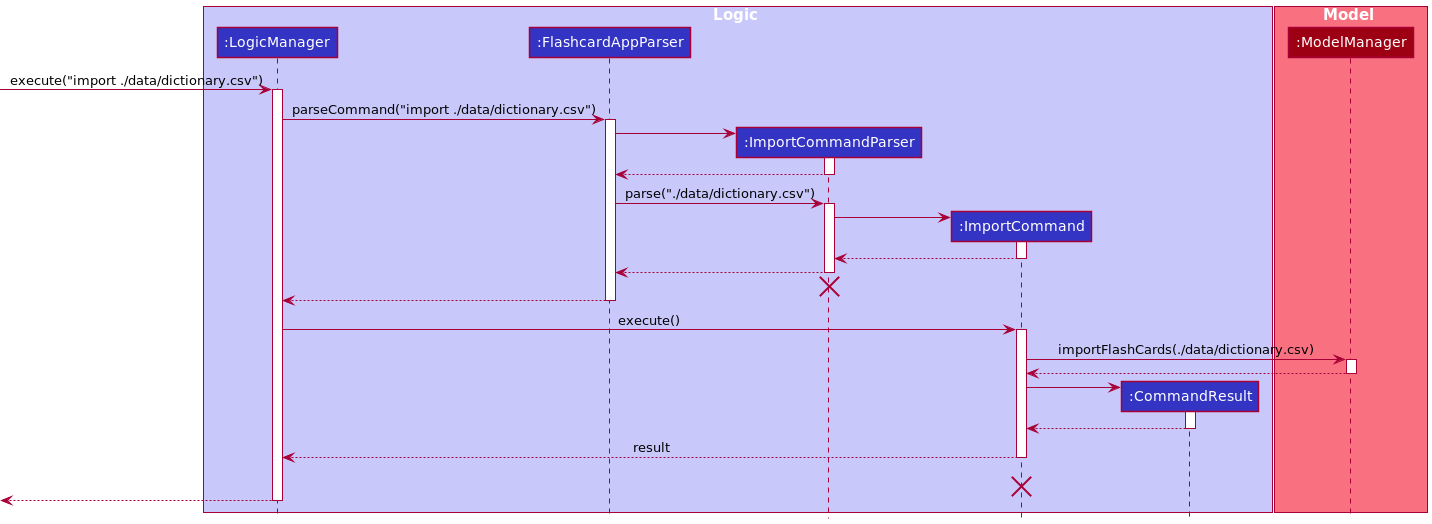
Above: docs/images/ImportSequenceDiagram.png in sharmainec/tp (PlantUML), before the change.
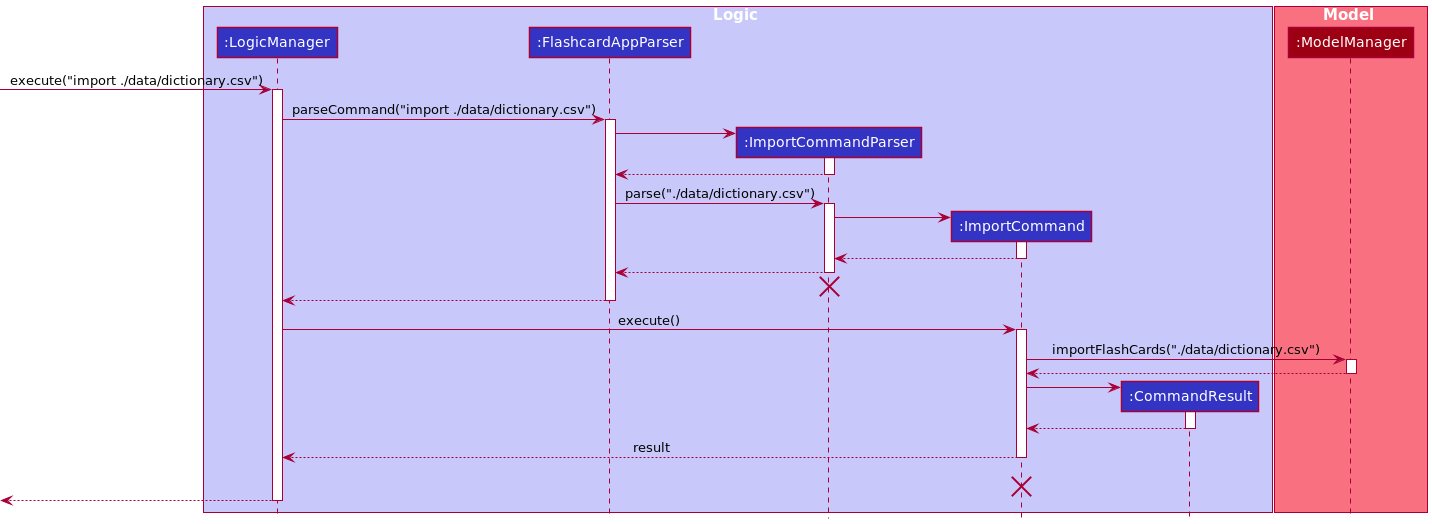
Later version of the same file.

Commit message:
Edit UML diagrams

Change to the diagram source:
```diff
@@ -48,7 +48,7 @@
 LogicManager -> ImportCommand : execute()
 activate ImportCommand
 
-ImportCommand -> Model : importFlashCards(./data/dictionary.csv)
+ImportCommand -> Model : importFlashCards("./data/dictionary.csv")
 activate Model
 
 Model --> ImportCommand
```
